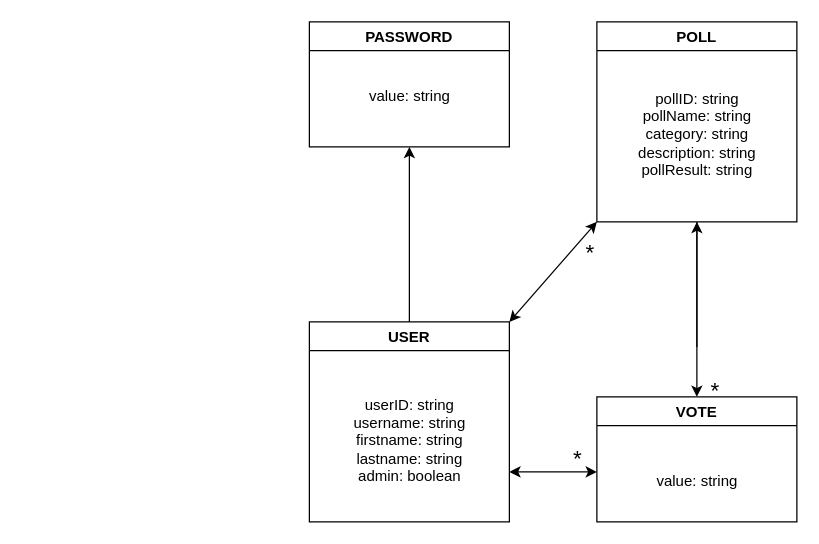
The draw.io diagram Assignments/AssignmentA/DomainModel/DomainModel.drawio in LisaEliassen/DAT250_Project, before the edit. Source tidied: cells renumbered, new cells numbered last; positions are measured from the earlier drawing's top-left corner, leaving out a move shared by most shapes. Both pictures are drawn from the tidied source at 125%, with x=0, y=0 at pixel (309, 21).
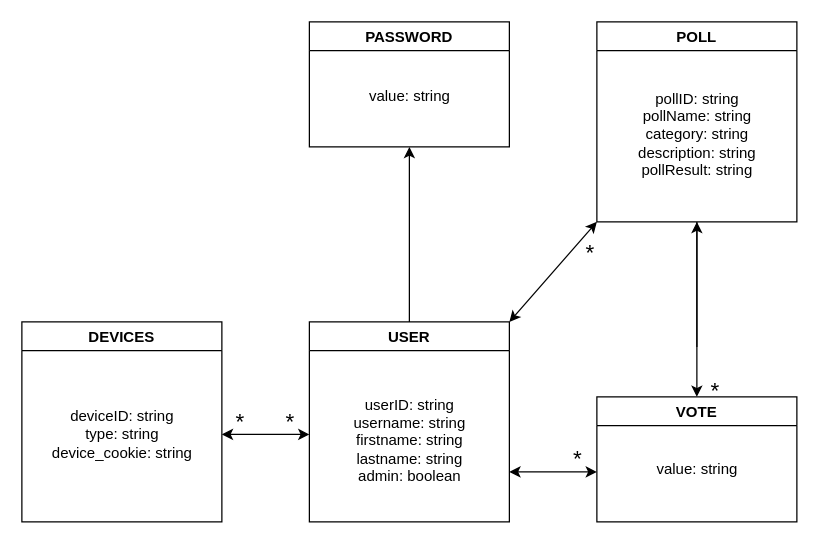
Above is the later version.

The change refers to these unchanged cells:
```xml
<mxCell id="6" value="VOTE" style="swimlane;" parent="1" vertex="1">
  <mxGeometry x="230" y="300" width="160" height="100" as="geometry" />
</mxCell>
```

Diff of the diagram source:
```diff
@@
     <mxCell id="7" value="&lt;br&gt;value: string" style="text;html=1;align=center;verticalAlign=middle;strokeColor=none;fillColor=none;" parent="6" vertex="1">
-      <mxGeometry x="35" y="40" width="90" height="40" as="geometry" />
+      <mxGeometry x="35" y="30" width="90" height="40" as="geometry" />
     </mxCell>
@@
+    <mxCell id="18" value="DEVICES" style="swimlane;" parent="1" vertex="1">
+      <mxGeometry x="-230" y="240" width="160" height="160" as="geometry" />
+    </mxCell>
+    <mxCell id="19" value="deviceID: string&lt;br&gt;type: string&lt;br&gt;device_cookie: string" style="text;html=1;align=center;verticalAlign=middle;strokeColor=none;fillColor=none;" parent="18" vertex="1">
+      <mxGeometry x="10" y="60" width="140" height="60" as="geometry" />
+    </mxCell>
+    <mxCell id="20" style="endArrow=classic;startArrow=classic;html=1;rounded=0;" parent="1" edge="1">
+      <mxGeometry relative="1" as="geometry">
+        <mxPoint x="-70" y="330" as="sourcePoint" />
+        <mxPoint y="330" as="targetPoint" />
+      </mxGeometry>
+    </mxCell>
+    <mxCell id="21" value="&lt;font style=&quot;font-size: 18px;&quot;&gt;*&lt;/font&gt;" style="text;html=1;strokeColor=none;fillColor=none;align=center;verticalAlign=middle;whiteSpace=wrap;rounded=0;" parent="1" vertex="1">
+      <mxGeometry x="-80" y="315" width="50" height="10" as="geometry" />
+    </mxCell>
+    <mxCell id="22" value="&lt;font style=&quot;font-size: 18px;&quot;&gt;*&lt;/font&gt;" style="text;html=1;strokeColor=none;fillColor=none;align=center;verticalAlign=middle;whiteSpace=wrap;rounded=0;" parent="1" vertex="1">
+      <mxGeometry x="-20" y="295" width="10" height="50" as="geometry" />
+    </mxCell>
```
